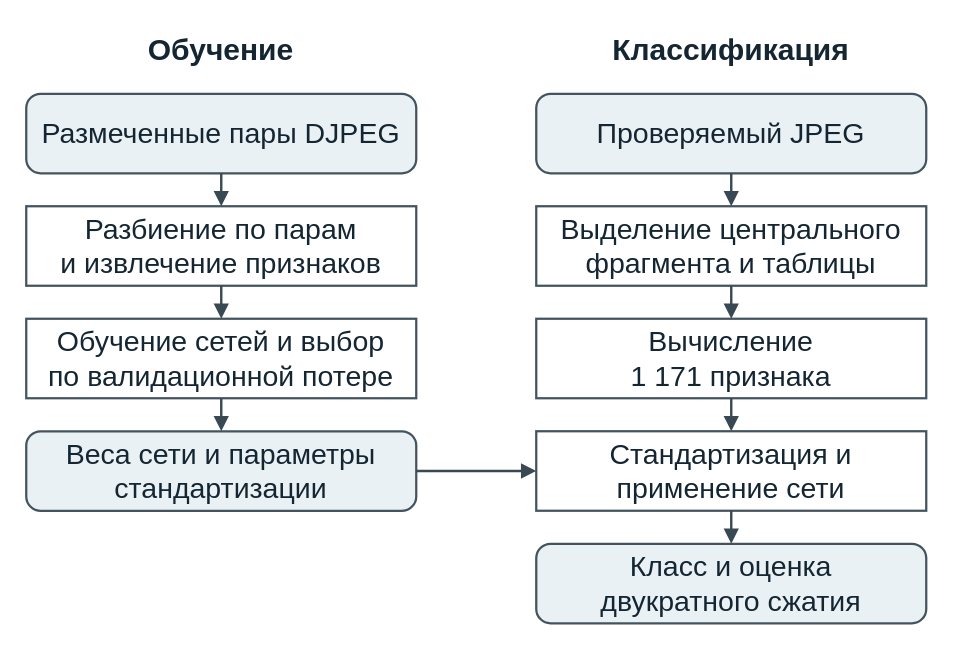
This is tex/images/detector-structure.drawio from MarkGiri/course-work-NN-BMSTU-7-sem, a draw.io file, before an edit. Source tidied: cells renumbered, new cells numbered last; positions are measured from the earlier drawing's top-left corner, leaving out a move shared by most shapes. Both pictures are drawn from the tidied source at 150%, with x=0, y=0 at pixel (26, 26).
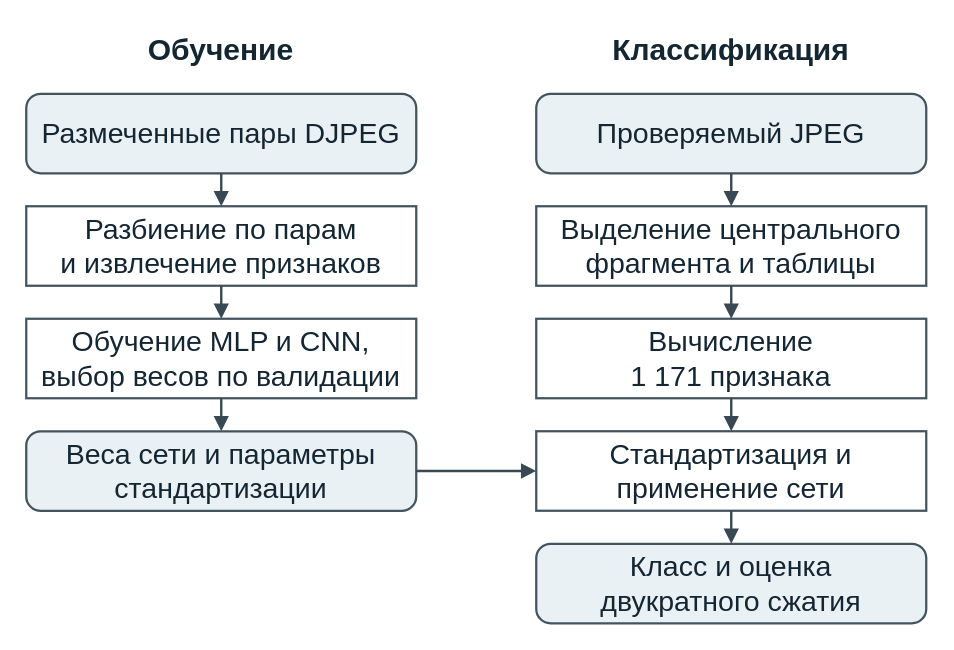
Above is the later version.

The edit, as a diff of the source:
```diff
@@
-    <mxCell id="7" value="Обучение сетей и выбор&lt;br&gt;по валидационной потере" style="rounded=0;whiteSpace=wrap;html=1;align=center;verticalAlign=middle;spacing=3;fontFamily=Arial;fontSize=19;fontColor=#152633;strokeColor=#44545e;strokeWidth=1.5;fillColor=#ffffff;" parent="1" vertex="1">
+    <mxCell id="7" value="Обучение MLP и CNN,&lt;br&gt;выбор весов по валидации" style="rounded=0;whiteSpace=wrap;html=1;align=center;verticalAlign=middle;spacing=3;fontFamily=Arial;fontSize=19;fontColor=#152633;strokeColor=#44545e;strokeWidth=1.5;fillColor=#ffffff;" parent="1" vertex="1">
       <mxGeometry y="195" width="260" height="53" as="geometry" />
     </mxCell>
```
